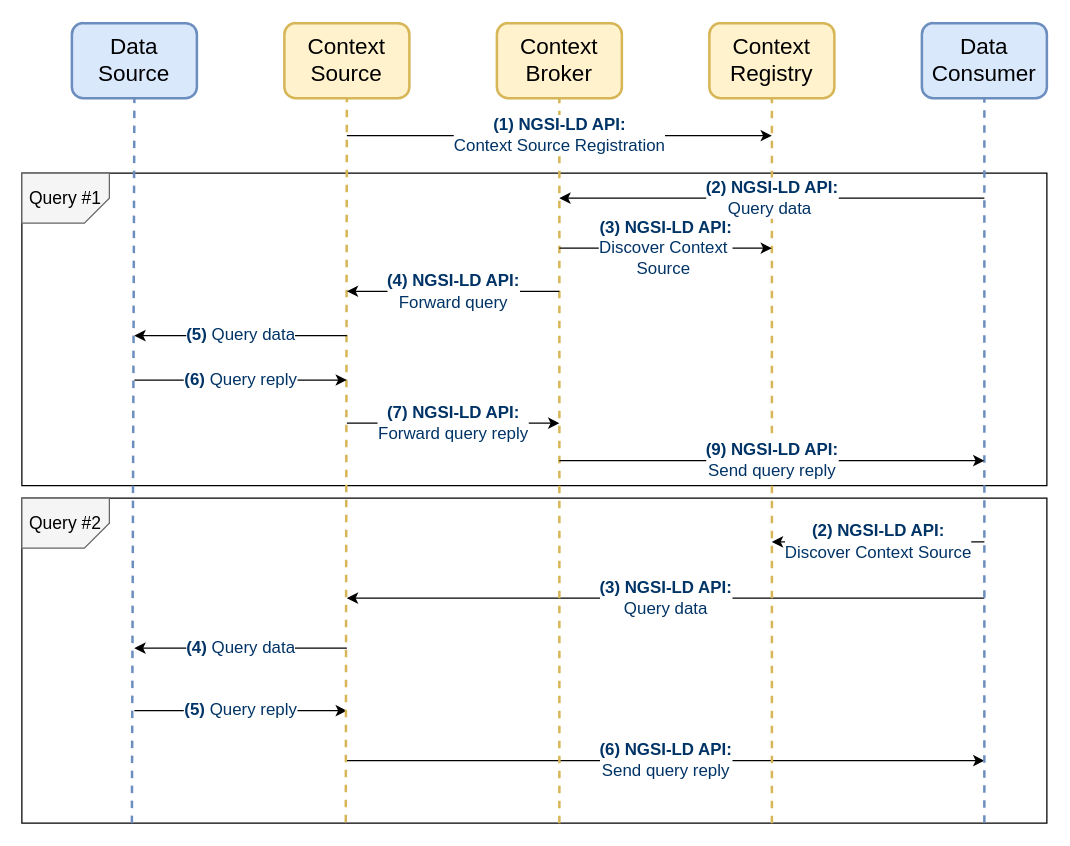
Above: page 9 of 12 of ngsi-ld/information-models/summary-workflows-ndt-network-data-acquisition-automation.drawio in giros-dit/yang-to-ngsi-ld (draw.io), before the change. Source tidied: cells renumbered, new cells numbered last; positions are measured from the earlier drawing's top-left corner, leaving out a move shared by most shapes. Both pictures are drawn from the tidied source at 125%, with x=0, y=0 at pixel (21, 22).
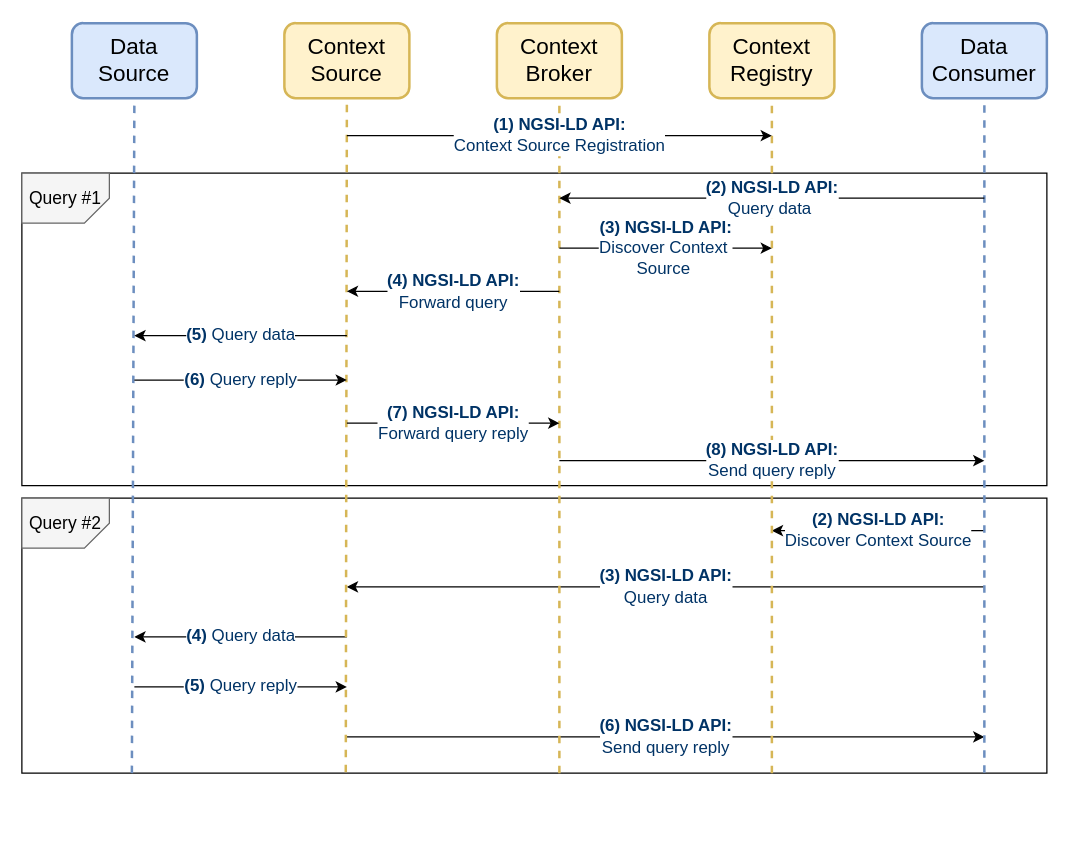
The same page after the edit.

The change refers to these unchanged cells:
```xml
<mxCell id="11" value="&lt;span style=&quot;font-weight: normal; font-size: 18px;&quot;&gt;Data&lt;br style=&quot;font-size: 18px;&quot;&gt;Source&lt;/span&gt;" style="rounded=1;whiteSpace=wrap;html=1;fillColor=#dae8fc;strokeColor=#6c8ebf;fontStyle=1;fontSize=18;strokeWidth=2;" parent="1" vertex="1">
  <mxGeometry x="40" width="100" height="60" as="geometry" />
</mxCell>
<mxCell id="16" value="&lt;font style=&quot;font-size: 18px;&quot;&gt;Context&lt;br style=&quot;font-size: 18px;&quot;&gt;Broker&lt;/font&gt;" style="rounded=1;whiteSpace=wrap;html=1;fillColor=#fff2cc;strokeColor=#d6b656;fontStyle=0;fontSize=18;strokeWidth=2;" parent="1" vertex="1">
  <mxGeometry x="380" width="100" height="60" as="geometry" />
</mxCell>
<mxCell id="19" value="&lt;font style=&quot;font-size: 18px;&quot;&gt;Context&lt;/font&gt;&lt;div style=&quot;font-size: 18px;&quot;&gt;&lt;font style=&quot;font-size: 18px;&quot;&gt;Registry&lt;/font&gt;&lt;/div&gt;" style="rounded=1;whiteSpace=wrap;html=1;fillColor=#fff2cc;strokeColor=#d6b656;fontStyle=0;fontSize=18;strokeWidth=2;" parent="1" vertex="1">
  <mxGeometry x="550" width="100" height="60" as="geometry" />
</mxCell>
```

The edit, as a diff of the source:
```diff
@@
     <mxCell id="2" style="verticalLabelPosition=bottom;verticalAlign=top;html=1;shape=mxgraph.basic.rect;fillColor2=none;strokeWidth=1;size=20;indent=5;" parent="1" vertex="1">
-      <mxGeometry y="380" width="820" height="260" as="geometry" />
+      <mxGeometry y="380" width="820" height="220" as="geometry" />
     </mxCell>
@@
     <mxCell id="5" value="&lt;font color=&quot;#003366&quot; style=&quot;font-size: 13.5px;&quot;&gt;&lt;b style=&quot;font-size: 13.5px;&quot;&gt;(3) NGSI-LD API:&lt;/b&gt;&lt;br style=&quot;font-size: 13.5px;&quot;&gt;Query data&lt;/font&gt;" style="endArrow=none;html=1;rounded=0;startArrow=classic;startFill=1;endFill=0;fontSize=13.5;" parent="1" edge="1">
       <mxGeometry relative="1" as="geometry">
-        <mxPoint x="260" y="460" as="sourcePoint" />
-        <mxPoint x="770" y="460" as="targetPoint" />
+        <mxPoint x="260" y="451" as="sourcePoint" />
+        <mxPoint x="770" y="451" as="targetPoint" />
       </mxGeometry>
     </mxCell>
     <mxCell id="6" value="&lt;font style=&quot;font-size: 13.5px;&quot;&gt;&lt;b style=&quot;color: rgb(0, 51, 102); font-size: 13.5px;&quot;&gt;(6) NGSI-LD API:&lt;/b&gt;&lt;br style=&quot;color: rgb(0, 51, 102); font-size: 13.5px;&quot;&gt;&lt;span style=&quot;color: rgb(0, 51, 102); font-size: 13.5px;&quot;&gt;Send query reply&lt;/span&gt;&lt;br style=&quot;font-size: 13.5px;&quot;&gt;&lt;/font&gt;" style="endArrow=classic;html=1;rounded=0;startArrow=none;startFill=0;endFill=1;fontSize=13.5;" parent="1" edge="1">
       <mxGeometry relative="1" as="geometry">
-        <mxPoint x="260" y="590" as="sourcePoint" />
-        <mxPoint x="770" y="590" as="targetPoint" />
+        <mxPoint x="260" y="571" as="sourcePoint" />
+        <mxPoint x="770" y="571" as="targetPoint" />
       </mxGeometry>
     </mxCell>
     <mxCell id="7" value="&lt;font style=&quot;font-size: 13.5px;&quot;&gt;&lt;b style=&quot;color: rgb(0, 51, 102); font-size: 13.5px;&quot;&gt;(4) &lt;/b&gt;&lt;span style=&quot;color: rgb(0, 51, 102); font-size: 13.5px;&quot;&gt;Query data&lt;/span&gt;&lt;/font&gt;" style="endArrow=none;html=1;rounded=0;startArrow=classic;startFill=1;endFill=0;fontSize=13.5;" parent="1" edge="1">
       <mxGeometry relative="1" as="geometry">
-        <mxPoint x="90" y="500" as="sourcePoint" />
-        <mxPoint x="260" y="500" as="targetPoint" />
+        <mxPoint x="90" y="491" as="sourcePoint" />
+        <mxPoint x="260" y="491" as="targetPoint" />
       </mxGeometry>
     </mxCell>
     <mxCell id="8" value="&lt;font style=&quot;font-size: 13.5px;&quot;&gt;&lt;b style=&quot;color: rgb(0, 51, 102); font-size: 13.5px;&quot;&gt;(5) &lt;/b&gt;&lt;span style=&quot;color: rgb(0, 51, 102); font-size: 13.5px;&quot;&gt;Query reply&lt;/span&gt;&lt;/font&gt;" style="endArrow=classic;html=1;rounded=0;startArrow=none;startFill=0;endFill=1;fontSize=13.5;" parent="1" edge="1">
       <mxGeometry relative="1" as="geometry">
-        <mxPoint x="90" y="550" as="sourcePoint" />
-        <mxPoint x="260" y="550" as="targetPoint" />
+        <mxPoint x="90" y="531" as="sourcePoint" />
+        <mxPoint x="260" y="531" as="targetPoint" />
       </mxGeometry>
     </mxCell>
     <mxCell id="9" value="&lt;font style=&quot;font-size: 13.5px;&quot;&gt;&lt;b style=&quot;color: rgb(0, 51, 102); font-size: 13.5px;&quot;&gt;(2) NGSI-LD API:&lt;/b&gt;&lt;br style=&quot;color: rgb(0, 51, 102); font-size: 13.5px;&quot;&gt;&lt;/font&gt;&lt;font color=&quot;#003366&quot; style=&quot;font-size: 13.5px;&quot;&gt;&lt;span style=&quot;font-size: 13.5px;&quot;&gt;Discover Context Source&lt;/span&gt;&lt;/font&gt;" style="endArrow=none;html=1;rounded=0;startArrow=classic;startFill=1;endFill=0;fontSize=13.5;" parent="1" edge="1">
       <mxGeometry relative="1" as="geometry">
-        <mxPoint x="600" y="415" as="sourcePoint" />
-        <mxPoint x="770" y="415" as="targetPoint" />
+        <mxPoint x="600" y="406" as="sourcePoint" />
+        <mxPoint x="770" y="406" as="targetPoint" />
       </mxGeometry>
     </mxCell>
@@
     <mxCell id="15" style="endArrow=none;dashed=1;html=1;rounded=0;fillColor=#fff2cc;strokeColor=#d6b656;strokeWidth=2;entryX=0.5;entryY=1;entryDx=0;entryDy=0;" parent="1" edge="1" target="16">
       <mxGeometry relative="1" as="geometry">
-        <mxPoint x="430" y="640" as="sourcePoint" />
+        <mxPoint x="430" y="600" as="sourcePoint" />
       </mxGeometry>
     </mxCell>
@@
     <mxCell id="18" style="endArrow=none;dashed=1;html=1;rounded=0;fillColor=#fff2cc;strokeColor=#d6b656;strokeWidth=2;entryX=0.5;entryY=1;entryDx=0;entryDy=0;" parent="1" edge="1" target="19">
       <mxGeometry relative="1" as="geometry">
-        <mxPoint x="600" y="640" as="sourcePoint" />
+        <mxPoint x="600" y="600" as="sourcePoint" />
       </mxGeometry>
     </mxCell>
@@
-    <mxCell id="24" value="&lt;font style=&quot;font-size: 13.5px;&quot;&gt;&lt;b style=&quot;color: rgb(0, 51, 102); font-size: 13.5px;&quot;&gt;(9) NGSI-LD API:&lt;/b&gt;&lt;br style=&quot;color: rgb(0, 51, 102); font-size: 13.5px;&quot;&gt;&lt;font color=&quot;#003366&quot; style=&quot;font-size: 13.5px;&quot;&gt;Send query reply&lt;/font&gt;&lt;/font&gt;" style="endArrow=classic;html=1;rounded=0;startArrow=none;startFill=0;endFill=1;fontSize=13.5;" parent="1" edge="1">
+    <mxCell id="24" value="&lt;font style=&quot;font-size: 13.5px;&quot;&gt;&lt;b style=&quot;color: rgb(0, 51, 102); font-size: 13.5px;&quot;&gt;(8) NGSI-LD API:&lt;/b&gt;&lt;br style=&quot;color: rgb(0, 51, 102); font-size: 13.5px;&quot;&gt;&lt;font color=&quot;#003366&quot; style=&quot;font-size: 13.5px;&quot;&gt;Send query reply&lt;/font&gt;&lt;/font&gt;" style="endArrow=classic;html=1;rounded=0;startArrow=none;startFill=0;endFill=1;fontSize=13.5;" parent="1" edge="1">
       <mxGeometry relative="1" as="geometry">
         <mxPoint x="430" y="350" as="sourcePoint" />
         <mxPoint x="770" y="350" as="targetPoint" />
       </mxGeometry>
     </mxCell>
     <mxCell id="25" style="endArrow=none;dashed=1;html=1;rounded=0;entryX=0.5;entryY=1;entryDx=0;entryDy=0;fillColor=#dae8fc;strokeColor=#6c8ebf;strokeWidth=2;" parent="1" edge="1" target="11">
       <mxGeometry relative="1" as="geometry">
-        <mxPoint x="88" y="640" as="sourcePoint" />
+        <mxPoint x="88" y="600" as="sourcePoint" />
       </mxGeometry>
     </mxCell>
```
